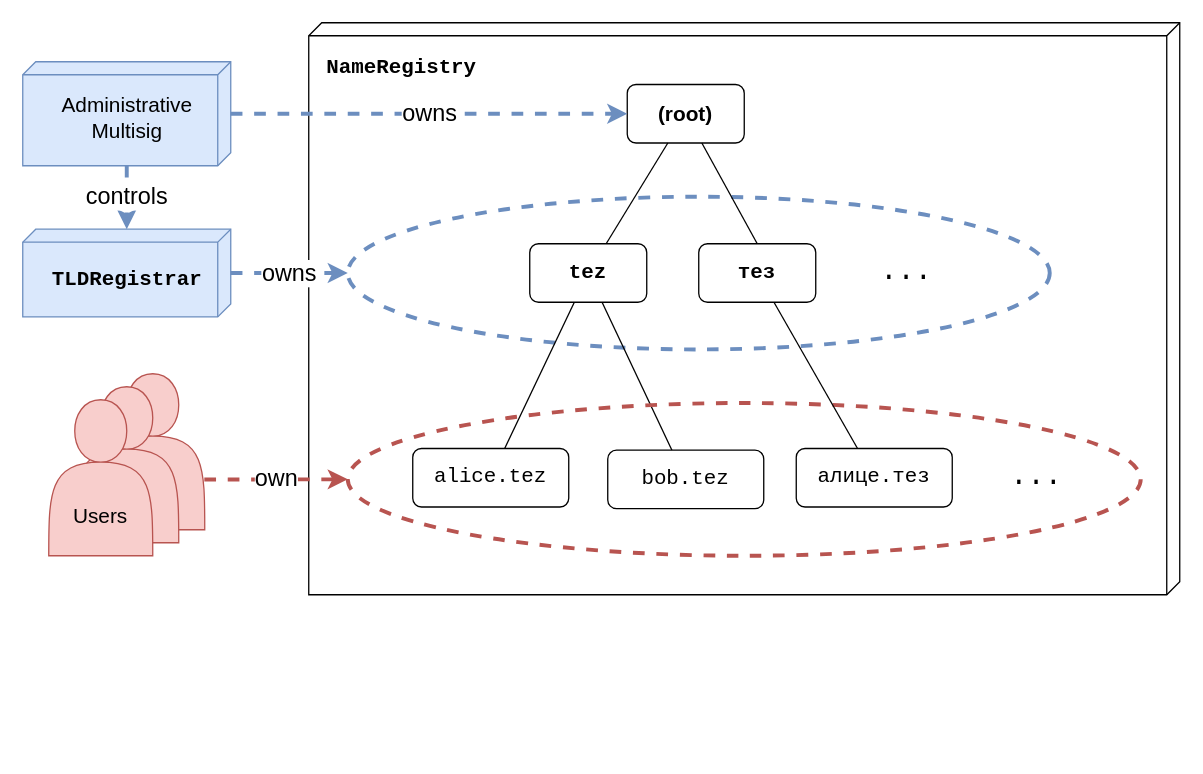
Before: .gitbook/assets/ownership.drawio in tezos-domains/docs, a draw.io diagram. Source tidied: cells renumbered, new cells numbered last; positions are measured from the earlier drawing's top-left corner, leaving out a move shared by most shapes. Both pictures are drawn from the tidied source at 130%, with x=0, y=0 at pixel (22, 22).
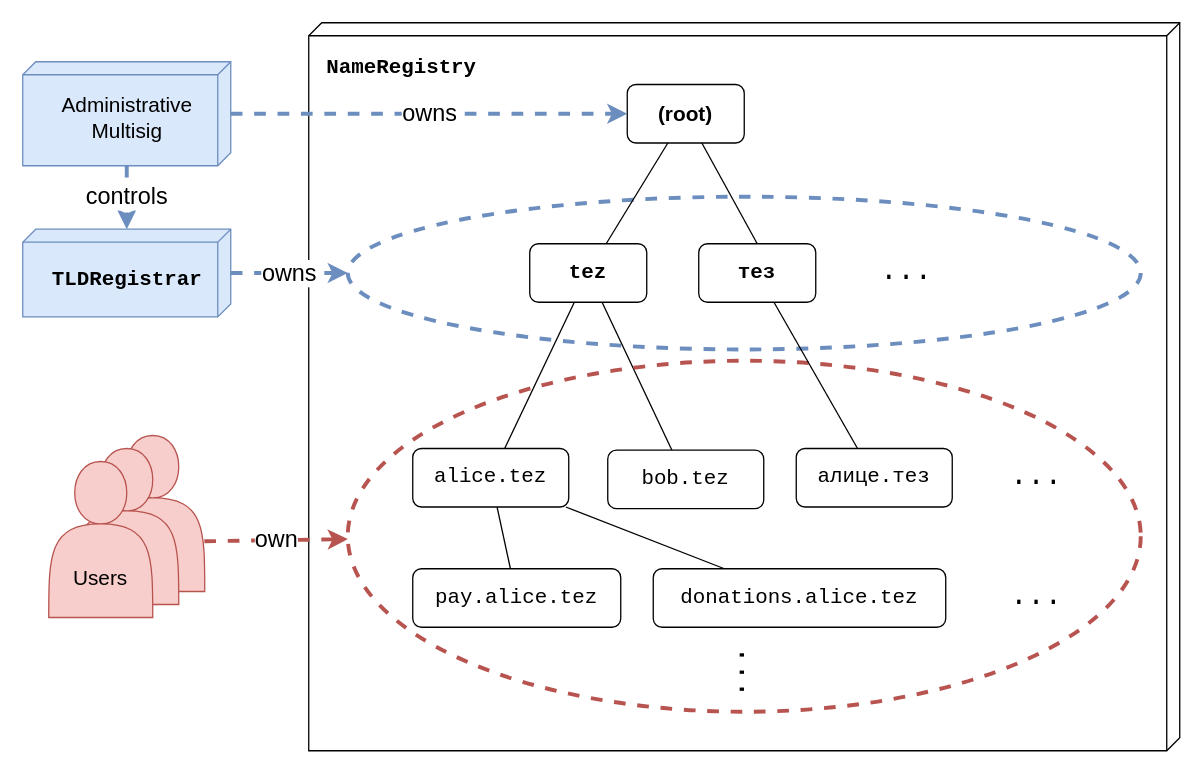
The same diagram, later.

Commit message (it also covers changes not shown here):
ownership explained, multiple TLDs

The change refers to these unchanged cells:
```xml
<mxCell id="13" value="&lt;font style=&quot;font-size: 16px&quot;&gt;alice.tez&lt;/font&gt;" style="rounded=1;whiteSpace=wrap;html=1;fontFamily=Courier New;fontStyle=0;" parent="1" vertex="1">
  <mxGeometry x="300" y="327.5" width="120" height="45" as="geometry" />
</mxCell>
```

Change to the diagram source:
```diff
@@
     <mxCell id="2" value="&lt;font style=&quot;line-height: 140%&quot;&gt;&lt;font face=&quot;Courier New&quot;&gt;&lt;b&gt;&lt;font style=&quot;font-size: 16px&quot;&gt;NameRegistry&lt;/font&gt;&lt;br style=&quot;font-size: 16px&quot;&gt;&lt;br style=&quot;font-size: 16px&quot;&gt;&lt;/b&gt;&lt;/font&gt;&lt;br&gt;&lt;/font&gt;" style="verticalAlign=top;align=left;spacingTop=16;spacingLeft=12;spacingRight=12;shape=cube;size=10;direction=south;fontStyle=0;html=1;fontSize=16;fontColor=#000000;" parent="1" vertex="1">
-      <mxGeometry x="220" width="670" height="440" as="geometry" />
+      <mxGeometry x="220" width="670" height="560" as="geometry" />
     </mxCell>
     <mxCell id="3" style="ellipse;whiteSpace=wrap;html=1;fontFamily=Courier New;fontSize=22;dashed=1;fillColor=none;strokeColor=#6c8ebf;strokeWidth=3;" parent="1" vertex="1">
-      <mxGeometry x="250" y="133.8" width="540" height="117.5" as="geometry" />
+      <mxGeometry x="250" y="133.8" width="610" height="117.5" as="geometry" />
     </mxCell>
@@
     <mxCell id="12" style="ellipse;whiteSpace=wrap;html=1;fontFamily=Courier New;fontSize=22;dashed=1;fillColor=none;strokeColor=#b85450;strokeWidth=3;" parent="1" vertex="1">
-      <mxGeometry x="250" y="292.5" width="610" height="117.5" as="geometry" />
+      <mxGeometry x="250" y="260" width="610" height="270" as="geometry" />
     </mxCell>
@@
     <mxCell id="21" style="group;" parent="1" vertex="1">
-      <mxGeometry x="20" y="292.5" width="120" height="140" as="geometry" />
+      <mxGeometry x="20" y="340" width="120" height="140" as="geometry" />
     </mxCell>
@@
+    <mxCell id="28" value="&lt;font style=&quot;font-size: 16px&quot;&gt;pay.alice.tez&lt;/font&gt;" style="rounded=1;whiteSpace=wrap;html=1;fontFamily=Courier New;fontStyle=0;" parent="1" vertex="1">
+      <mxGeometry x="300" y="420" width="160" height="45" as="geometry" />
+    </mxCell>
+    <mxCell id="29" value="&lt;font style=&quot;font-size: 16px&quot;&gt;donations.alice.tez&lt;/font&gt;" style="rounded=1;whiteSpace=wrap;html=1;fontFamily=Courier New;fontStyle=0;" parent="1" vertex="1">
+      <mxGeometry x="485" y="420" width="225" height="45" as="geometry" />
+    </mxCell>
+    <mxCell id="30" style="endArrow=none;html=1;fontFamily=Courier New;fontSize=22;" parent="1" edge="1" source="13" target="28">
+      <mxGeometry relative="1" as="geometry" />
+    </mxCell>
+    <mxCell id="31" style="endArrow=none;html=1;fontFamily=Courier New;fontSize=22;" parent="1" edge="1" source="13" target="29">
+      <mxGeometry relative="1" as="geometry" />
+    </mxCell>
+    <mxCell id="32" value="..." style="text;html=1;strokeColor=none;fillColor=none;align=center;verticalAlign=middle;whiteSpace=wrap;rounded=0;fontFamily=Courier New;fontSize=22;" parent="1" vertex="1">
+      <mxGeometry x="760" y="432.5" width="40" height="20" as="geometry" />
+    </mxCell>
+    <mxCell id="33" value="..." style="text;html=1;strokeColor=none;fillColor=none;align=center;verticalAlign=middle;whiteSpace=wrap;rounded=0;fontFamily=Courier New;fontSize=22;horizontal=0;" parent="1" vertex="1">
+      <mxGeometry x="530" y="490" width="40" height="20" as="geometry" />
+    </mxCell>
```
